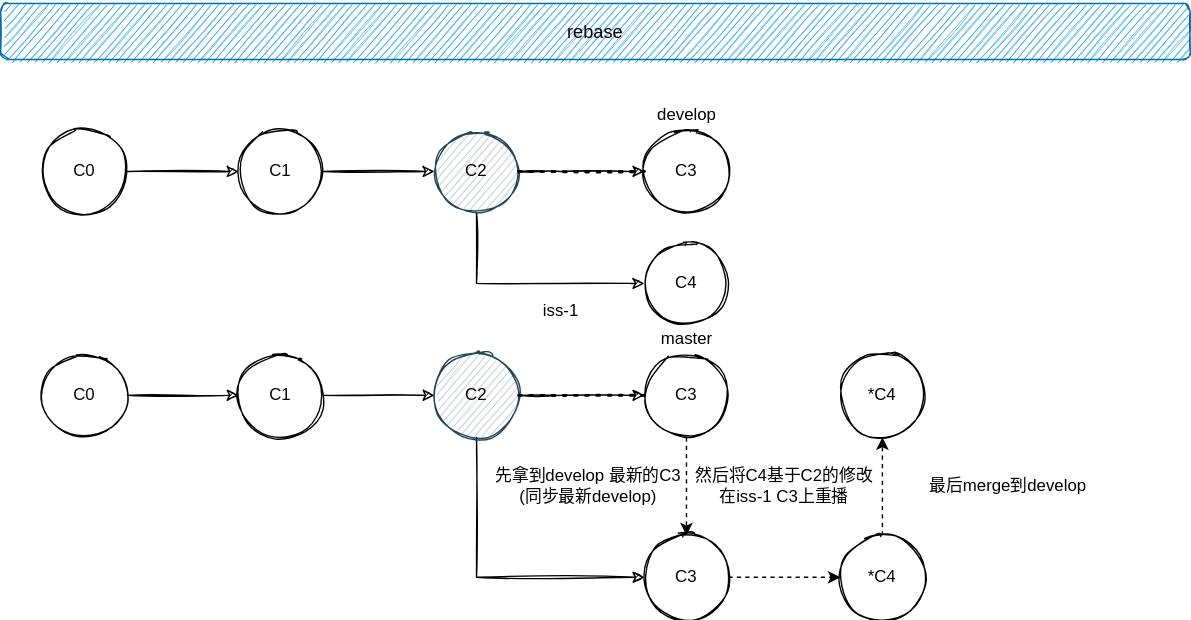
Before: 03-工作环境/images/rebase.svg, a diagram exported from draw.io (cd-home/Root). Source tidied: cells renumbered, new cells last; positions are measured from the earlier drawing's top-left corner, leaving out a move shared by most shapes. Its diagram source:
```xml
<mxGraphModel>
  <root>
    <mxCell id="0" />
    <mxCell id="1" parent="0" />
    <mxCell id="2" value="&lt;h3&gt;&lt;font style=&quot;font-size: 13px; font-weight: normal;&quot; color=&quot;#050001&quot;&gt;rebase&lt;/font&gt;&lt;/h3&gt;" style="rounded=1;whiteSpace=wrap;html=1;fillColor=#1ba1e2;strokeColor=#006EAF;fontColor=#ffffff;sketch=1;" parent="1" vertex="1">
      <mxGeometry width="850" height="40" as="geometry" />
    </mxCell>
    <mxCell id="3" style="edgeStyle=orthogonalEdgeStyle;rounded=0;jettySize=auto;html=1;sketch=1;" parent="1" edge="1" source="4" target="6">
      <mxGeometry relative="1" as="geometry" />
    </mxCell>
    <mxCell id="4" value="C0" style="ellipse;whiteSpace=wrap;html=1;fillColor=#FFFFFF;sketch=1;" parent="1" vertex="1">
      <mxGeometry x="30" y="90" width="60" height="60" as="geometry" />
    </mxCell>
    <mxCell id="5" style="edgeStyle=orthogonalEdgeStyle;rounded=0;jettySize=auto;html=1;sketch=1;" parent="1" edge="1" source="6" target="9">
      <mxGeometry relative="1" as="geometry" />
    </mxCell>
    <mxCell id="6" value="C1" style="ellipse;whiteSpace=wrap;html=1;fillColor=#FFFFFF;sketch=1;" parent="1" vertex="1">
      <mxGeometry x="170" y="90" width="60" height="60" as="geometry" />
    </mxCell>
    <mxCell id="7" style="edgeStyle=orthogonalEdgeStyle;rounded=0;jettySize=auto;html=1;exitX=0.5;exitY=1;exitDx=0;exitDy=0;entryX=0;entryY=0.5;entryDx=0;entryDy=0;sketch=1;" parent="1" edge="1" source="9" target="10">
      <mxGeometry relative="1" as="geometry">
        <Array as="points">
          <mxPoint x="340" y="200" />
          <mxPoint x="450" y="200" />
        </Array>
      </mxGeometry>
    </mxCell>
    <mxCell id="8" style="edgeStyle=orthogonalEdgeStyle;rounded=0;jettySize=auto;html=1;entryX=0;entryY=0.5;entryDx=0;entryDy=0;sketch=1;" parent="1" edge="1" source="9" target="13">
      <mxGeometry relative="1" as="geometry">
        <Array as="points">
          <mxPoint x="400" y="120" />
          <mxPoint x="400" y="120" />
        </Array>
      </mxGeometry>
    </mxCell>
    <mxCell id="9" value="C2" style="ellipse;whiteSpace=wrap;html=1;fillColor=#bac8d3;strokeColor=#23445d;sketch=1;" parent="1" vertex="1">
      <mxGeometry x="310" y="90" width="60" height="60" as="geometry" />
    </mxCell>
    <mxCell id="10" value="C4" style="ellipse;whiteSpace=wrap;html=1;fillColor=#FFFFFF;sketch=1;" parent="1" vertex="1">
      <mxGeometry x="460" y="170" width="60" height="60" as="geometry" />
    </mxCell>
    <mxCell id="11" value="iss-1" style="text;html=1;align=center;verticalAlign=middle;strokeColor=none;sketch=1;" parent="1" vertex="1">
      <mxGeometry x="380" y="210" width="40" height="20" as="geometry" />
    </mxCell>
    <mxCell id="12" value="develop" style="text;html=1;align=center;verticalAlign=middle;strokeColor=none;sketch=1;" parent="1" vertex="1">
      <mxGeometry x="460" y="70" width="60" height="20" as="geometry" />
    </mxCell>
    <mxCell id="13" value="C3" style="ellipse;whiteSpace=wrap;html=1;fillColor=#FFFFFF;sketch=1;" parent="1" vertex="1">
      <mxGeometry x="460" y="90" width="60" height="60" as="geometry" />
    </mxCell>
    <mxCell id="14" style="endArrow=none;dashed=1;html=1;dashPattern=1 3;strokeWidth=2;exitX=1;exitY=0.5;exitDx=0;exitDy=0;sketch=1;" parent="1" edge="1" source="9" target="13">
      <mxGeometry relative="1" as="geometry" />
    </mxCell>
    <mxCell id="15" style="edgeStyle=orthogonalEdgeStyle;rounded=0;jettySize=auto;html=1;sketch=1;" parent="1" edge="1" source="16" target="18">
      <mxGeometry relative="1" as="geometry" />
    </mxCell>
    <mxCell id="16" value="C0" style="ellipse;whiteSpace=wrap;html=1;fillColor=#FFFFFF;sketch=1;" parent="1" vertex="1">
      <mxGeometry x="30" y="250" width="60" height="60" as="geometry" />
    </mxCell>
    <mxCell id="17" style="edgeStyle=orthogonalEdgeStyle;rounded=0;jettySize=auto;html=1;sketch=1;" parent="1" edge="1" source="18" target="21">
      <mxGeometry relative="1" as="geometry" />
    </mxCell>
    <mxCell id="18" value="C1" style="ellipse;whiteSpace=wrap;html=1;fillColor=#FFFFFF;sketch=1;" parent="1" vertex="1">
      <mxGeometry x="170" y="250" width="60" height="60" as="geometry" />
    </mxCell>
    <mxCell id="19" style="edgeStyle=orthogonalEdgeStyle;rounded=0;jettySize=auto;html=1;exitX=0.5;exitY=1;exitDx=0;exitDy=0;entryX=0;entryY=0.5;entryDx=0;entryDy=0;sketch=1;" parent="1" edge="1" source="21" target="23">
      <mxGeometry relative="1" as="geometry">
        <Array as="points">
          <mxPoint x="340" y="410" />
        </Array>
      </mxGeometry>
    </mxCell>
    <mxCell id="20" style="edgeStyle=orthogonalEdgeStyle;rounded=0;jettySize=auto;html=1;entryX=0;entryY=0.5;entryDx=0;entryDy=0;sketch=1;" parent="1" edge="1" source="21" target="26">
      <mxGeometry relative="1" as="geometry">
        <Array as="points">
          <mxPoint x="400" y="280" />
          <mxPoint x="400" y="280" />
        </Array>
      </mxGeometry>
    </mxCell>
    <mxCell id="21" value="C2" style="ellipse;whiteSpace=wrap;html=1;fillColor=#bac8d3;strokeColor=#23445d;sketch=1;" parent="1" vertex="1">
      <mxGeometry x="310" y="250" width="60" height="60" as="geometry" />
    </mxCell>
    <mxCell id="22" style="edgeStyle=orthogonalEdgeStyle;rounded=0;jettySize=auto;html=1;dashed=1;" parent="1" edge="1" source="23" target="31">
      <mxGeometry relative="1" as="geometry" />
    </mxCell>
    <mxCell id="23" value="C3" style="ellipse;whiteSpace=wrap;html=1;fillColor=#FFFFFF;sketch=1;" parent="1" vertex="1">
      <mxGeometry x="460" y="380" width="60" height="60" as="geometry" />
    </mxCell>
    <mxCell id="24" value="master" style="text;html=1;align=center;verticalAlign=middle;strokeColor=none;sketch=1;" parent="1" vertex="1">
      <mxGeometry x="465" y="230" width="50" height="20" as="geometry" />
    </mxCell>
    <mxCell id="25" style="edgeStyle=orthogonalEdgeStyle;rounded=0;jettySize=auto;html=1;dashed=1;" parent="1" edge="1" source="26" target="23">
      <mxGeometry relative="1" as="geometry" />
    </mxCell>
    <mxCell id="26" value="C3" style="ellipse;whiteSpace=wrap;html=1;fillColor=#FFFFFF;sketch=1;" parent="1" vertex="1">
      <mxGeometry x="460" y="250" width="60" height="60" as="geometry" />
    </mxCell>
    <mxCell id="27" style="endArrow=none;dashed=1;html=1;dashPattern=1 3;strokeWidth=2;exitX=1;exitY=0.5;exitDx=0;exitDy=0;sketch=1;" parent="1" edge="1" source="21" target="26">
      <mxGeometry relative="1" as="geometry" />
    </mxCell>
    <mxCell id="28" value="先拿到develop 最新的C3&lt;br&gt;(同步最新develop)" style="text;html=1;strokeColor=none;fillColor=none;align=center;verticalAlign=middle;whiteSpace=wrap;rounded=0;" parent="1" vertex="1">
      <mxGeometry x="350" y="330" width="140" height="30" as="geometry" />
    </mxCell>
    <mxCell id="29" value="然后将C4基于C2的修改在iss-1 C3上重播" style="text;html=1;strokeColor=none;fillColor=none;align=center;verticalAlign=middle;whiteSpace=wrap;rounded=0;" parent="1" vertex="1">
      <mxGeometry x="490" y="330" width="140" height="30" as="geometry" />
    </mxCell>
    <mxCell id="30" style="edgeStyle=orthogonalEdgeStyle;rounded=0;jettySize=auto;html=1;dashed=1;" parent="1" edge="1" source="31" target="32">
      <mxGeometry relative="1" as="geometry" />
    </mxCell>
    <mxCell id="31" value="*C4" style="ellipse;whiteSpace=wrap;html=1;fillColor=#FFFFFF;sketch=1;" parent="1" vertex="1">
      <mxGeometry x="600" y="380" width="60" height="60" as="geometry" />
    </mxCell>
    <mxCell id="32" value="*C4" style="ellipse;whiteSpace=wrap;html=1;fillColor=#FFFFFF;sketch=1;" parent="1" vertex="1">
      <mxGeometry x="600" y="250" width="60" height="60" as="geometry" />
    </mxCell>
    <mxCell id="33" value="最后merge到develop" style="text;html=1;strokeColor=none;fillColor=none;align=center;verticalAlign=middle;whiteSpace=wrap;rounded=0;" parent="1" vertex="1">
      <mxGeometry x="650" y="330" width="140" height="30" as="geometry" />
    </mxCell>
  </root>
</mxGraphModel>
```
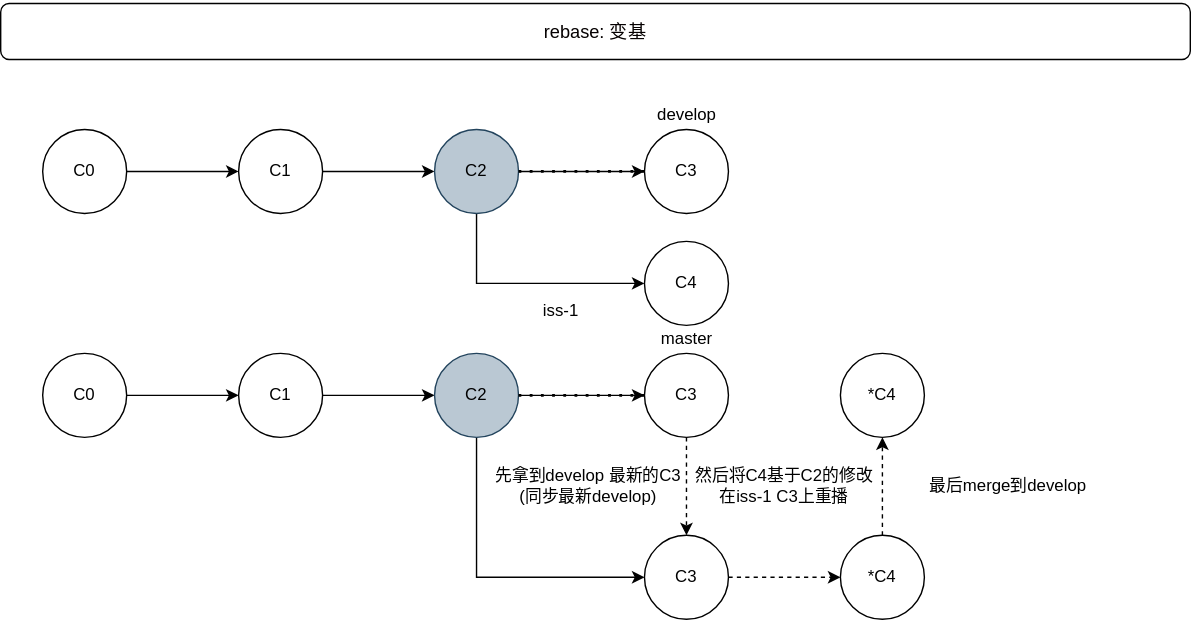
After the change.

Change to the diagram source:
```diff
@@ -2,22 +2,22 @@
   <root>
     <mxCell id="0" />
     <mxCell id="1" parent="0" />
-    <mxCell id="2" value="&lt;h3&gt;&lt;font style=&quot;font-size: 13px; font-weight: normal;&quot; color=&quot;#050001&quot;&gt;rebase&lt;/font&gt;&lt;/h3&gt;" style="rounded=1;whiteSpace=wrap;html=1;fillColor=#1ba1e2;strokeColor=#006EAF;fontColor=#ffffff;sketch=1;" parent="1" vertex="1">
+    <mxCell id="2" value="&lt;h3&gt;&lt;font style=&quot;font-size: 13px; font-weight: normal;&quot; color=&quot;#050001&quot;&gt;rebase: 变基&lt;/font&gt;&lt;/h3&gt;" style="rounded=1;whiteSpace=wrap;html=1;" parent="1" vertex="1">
       <mxGeometry width="850" height="40" as="geometry" />
     </mxCell>
-    <mxCell id="3" style="edgeStyle=orthogonalEdgeStyle;rounded=0;jettySize=auto;html=1;sketch=1;" parent="1" edge="1" source="4" target="6">
+    <mxCell id="3" style="edgeStyle=orthogonalEdgeStyle;rounded=0;jettySize=auto;html=1;" parent="1" edge="1" source="4" target="6">
       <mxGeometry relative="1" as="geometry" />
     </mxCell>
-    <mxCell id="4" value="C0" style="ellipse;whiteSpace=wrap;html=1;fillColor=#FFFFFF;sketch=1;" parent="1" vertex="1">
+    <mxCell id="4" value="C0" style="ellipse;whiteSpace=wrap;html=1;fillColor=#FFFFFF;" parent="1" vertex="1">
       <mxGeometry x="30" y="90" width="60" height="60" as="geometry" />
     </mxCell>
-    <mxCell id="5" style="edgeStyle=orthogonalEdgeStyle;rounded=0;jettySize=auto;html=1;sketch=1;" parent="1" edge="1" source="6" target="9">
+    <mxCell id="5" style="edgeStyle=orthogonalEdgeStyle;rounded=0;jettySize=auto;html=1;" parent="1" edge="1" source="6" target="9">
       <mxGeometry relative="1" as="geometry" />
     </mxCell>
-    <mxCell id="6" value="C1" style="ellipse;whiteSpace=wrap;html=1;fillColor=#FFFFFF;sketch=1;" parent="1" vertex="1">
+    <mxCell id="6" value="C1" style="ellipse;whiteSpace=wrap;html=1;fillColor=#FFFFFF;" parent="1" vertex="1">
       <mxGeometry x="170" y="90" width="60" height="60" as="geometry" />
     </mxCell>
-    <mxCell id="7" style="edgeStyle=orthogonalEdgeStyle;rounded=0;jettySize=auto;html=1;exitX=0.5;exitY=1;exitDx=0;exitDy=0;entryX=0;entryY=0.5;entryDx=0;entryDy=0;sketch=1;" parent="1" edge="1" source="9" target="10">
+    <mxCell id="7" style="edgeStyle=orthogonalEdgeStyle;rounded=0;jettySize=auto;html=1;exitX=0.5;exitY=1;exitDx=0;exitDy=0;entryX=0;entryY=0.5;entryDx=0;entryDy=0;" parent="1" edge="1" source="9" target="10">
       <mxGeometry relative="1" as="geometry">
         <Array as="points">
           <mxPoint x="340" y="200" />
@@ -25,7 +25,7 @@
         </Array>
       </mxGeometry>
     </mxCell>
-    <mxCell id="8" style="edgeStyle=orthogonalEdgeStyle;rounded=0;jettySize=auto;html=1;entryX=0;entryY=0.5;entryDx=0;entryDy=0;sketch=1;" parent="1" edge="1" source="9" target="13">
+    <mxCell id="8" style="edgeStyle=orthogonalEdgeStyle;rounded=0;jettySize=auto;html=1;entryX=0;entryY=0.5;entryDx=0;entryDy=0;" parent="1" edge="1" source="9" target="13">
       <mxGeometry relative="1" as="geometry">
         <Array as="points">
           <mxPoint x="400" y="120" />
@@ -33,44 +33,44 @@
         </Array>
       </mxGeometry>
     </mxCell>
-    <mxCell id="9" value="C2" style="ellipse;whiteSpace=wrap;html=1;fillColor=#bac8d3;strokeColor=#23445d;sketch=1;" parent="1" vertex="1">
+    <mxCell id="9" value="C2" style="ellipse;whiteSpace=wrap;html=1;fillColor=#bac8d3;strokeColor=#23445d;" parent="1" vertex="1">
       <mxGeometry x="310" y="90" width="60" height="60" as="geometry" />
     </mxCell>
-    <mxCell id="10" value="C4" style="ellipse;whiteSpace=wrap;html=1;fillColor=#FFFFFF;sketch=1;" parent="1" vertex="1">
+    <mxCell id="10" value="C4" style="ellipse;whiteSpace=wrap;html=1;fillColor=#FFFFFF;" parent="1" vertex="1">
       <mxGeometry x="460" y="170" width="60" height="60" as="geometry" />
     </mxCell>
-    <mxCell id="11" value="iss-1" style="text;html=1;align=center;verticalAlign=middle;strokeColor=none;sketch=1;" parent="1" vertex="1">
+    <mxCell id="11" value="iss-1" style="text;html=1;align=center;verticalAlign=middle;strokeColor=none;" parent="1" vertex="1">
       <mxGeometry x="380" y="210" width="40" height="20" as="geometry" />
     </mxCell>
-    <mxCell id="12" value="develop" style="text;html=1;align=center;verticalAlign=middle;strokeColor=none;sketch=1;" parent="1" vertex="1">
+    <mxCell id="12" value="develop" style="text;html=1;align=center;verticalAlign=middle;strokeColor=none;" parent="1" vertex="1">
       <mxGeometry x="460" y="70" width="60" height="20" as="geometry" />
     </mxCell>
-    <mxCell id="13" value="C3" style="ellipse;whiteSpace=wrap;html=1;fillColor=#FFFFFF;sketch=1;" parent="1" vertex="1">
+    <mxCell id="13" value="C3" style="ellipse;whiteSpace=wrap;html=1;fillColor=#FFFFFF;" parent="1" vertex="1">
       <mxGeometry x="460" y="90" width="60" height="60" as="geometry" />
     </mxCell>
-    <mxCell id="14" style="endArrow=none;dashed=1;html=1;dashPattern=1 3;strokeWidth=2;exitX=1;exitY=0.5;exitDx=0;exitDy=0;sketch=1;" parent="1" edge="1" source="9" target="13">
+    <mxCell id="14" style="endArrow=none;dashed=1;html=1;dashPattern=1 3;strokeWidth=2;exitX=1;exitY=0.5;exitDx=0;exitDy=0;" parent="1" edge="1" source="9" target="13">
       <mxGeometry relative="1" as="geometry" />
     </mxCell>
-    <mxCell id="15" style="edgeStyle=orthogonalEdgeStyle;rounded=0;jettySize=auto;html=1;sketch=1;" parent="1" edge="1" source="16" target="18">
+    <mxCell id="15" style="edgeStyle=orthogonalEdgeStyle;rounded=0;jettySize=auto;html=1;" parent="1" edge="1" source="16" target="18">
       <mxGeometry relative="1" as="geometry" />
     </mxCell>
-    <mxCell id="16" value="C0" style="ellipse;whiteSpace=wrap;html=1;fillColor=#FFFFFF;sketch=1;" parent="1" vertex="1">
+    <mxCell id="16" value="C0" style="ellipse;whiteSpace=wrap;html=1;fillColor=#FFFFFF;" parent="1" vertex="1">
       <mxGeometry x="30" y="250" width="60" height="60" as="geometry" />
     </mxCell>
-    <mxCell id="17" style="edgeStyle=orthogonalEdgeStyle;rounded=0;jettySize=auto;html=1;sketch=1;" parent="1" edge="1" source="18" target="21">
+    <mxCell id="17" style="edgeStyle=orthogonalEdgeStyle;rounded=0;jettySize=auto;html=1;" parent="1" edge="1" source="18" target="21">
       <mxGeometry relative="1" as="geometry" />
     </mxCell>
-    <mxCell id="18" value="C1" style="ellipse;whiteSpace=wrap;html=1;fillColor=#FFFFFF;sketch=1;" parent="1" vertex="1">
+    <mxCell id="18" value="C1" style="ellipse;whiteSpace=wrap;html=1;fillColor=#FFFFFF;" parent="1" vertex="1">
       <mxGeometry x="170" y="250" width="60" height="60" as="geometry" />
     </mxCell>
-    <mxCell id="19" style="edgeStyle=orthogonalEdgeStyle;rounded=0;jettySize=auto;html=1;exitX=0.5;exitY=1;exitDx=0;exitDy=0;entryX=0;entryY=0.5;entryDx=0;entryDy=0;sketch=1;" parent="1" edge="1" source="21" target="23">
+    <mxCell id="19" style="edgeStyle=orthogonalEdgeStyle;rounded=0;jettySize=auto;html=1;exitX=0.5;exitY=1;exitDx=0;exitDy=0;entryX=0;entryY=0.5;entryDx=0;entryDy=0;" parent="1" edge="1" source="21" target="23">
       <mxGeometry relative="1" as="geometry">
         <Array as="points">
           <mxPoint x="340" y="410" />
         </Array>
       </mxGeometry>
     </mxCell>
-    <mxCell id="20" style="edgeStyle=orthogonalEdgeStyle;rounded=0;jettySize=auto;html=1;entryX=0;entryY=0.5;entryDx=0;entryDy=0;sketch=1;" parent="1" edge="1" source="21" target="26">
+    <mxCell id="20" style="edgeStyle=orthogonalEdgeStyle;rounded=0;jettySize=auto;html=1;entryX=0;entryY=0.5;entryDx=0;entryDy=0;" parent="1" edge="1" source="21" target="26">
       <mxGeometry relative="1" as="geometry">
         <Array as="points">
           <mxPoint x="400" y="280" />
@@ -78,25 +78,25 @@
         </Array>
       </mxGeometry>
     </mxCell>
-    <mxCell id="21" value="C2" style="ellipse;whiteSpace=wrap;html=1;fillColor=#bac8d3;strokeColor=#23445d;sketch=1;" parent="1" vertex="1">
+    <mxCell id="21" value="C2" style="ellipse;whiteSpace=wrap;html=1;fillColor=#bac8d3;strokeColor=#23445d;" parent="1" vertex="1">
       <mxGeometry x="310" y="250" width="60" height="60" as="geometry" />
     </mxCell>
     <mxCell id="22" style="edgeStyle=orthogonalEdgeStyle;rounded=0;jettySize=auto;html=1;dashed=1;" parent="1" edge="1" source="23" target="31">
       <mxGeometry relative="1" as="geometry" />
     </mxCell>
-    <mxCell id="23" value="C3" style="ellipse;whiteSpace=wrap;html=1;fillColor=#FFFFFF;sketch=1;" parent="1" vertex="1">
+    <mxCell id="23" value="C3" style="ellipse;whiteSpace=wrap;html=1;fillColor=#FFFFFF;" parent="1" vertex="1">
       <mxGeometry x="460" y="380" width="60" height="60" as="geometry" />
     </mxCell>
-    <mxCell id="24" value="master" style="text;html=1;align=center;verticalAlign=middle;strokeColor=none;sketch=1;" parent="1" vertex="1">
+    <mxCell id="24" value="master" style="text;html=1;align=center;verticalAlign=middle;strokeColor=none;" parent="1" vertex="1">
       <mxGeometry x="465" y="230" width="50" height="20" as="geometry" />
     </mxCell>
     <mxCell id="25" style="edgeStyle=orthogonalEdgeStyle;rounded=0;jettySize=auto;html=1;dashed=1;" parent="1" edge="1" source="26" target="23">
       <mxGeometry relative="1" as="geometry" />
     </mxCell>
-    <mxCell id="26" value="C3" style="ellipse;whiteSpace=wrap;html=1;fillColor=#FFFFFF;sketch=1;" parent="1" vertex="1">
+    <mxCell id="26" value="C3" style="ellipse;whiteSpace=wrap;html=1;fillColor=#FFFFFF;" parent="1" vertex="1">
       <mxGeometry x="460" y="250" width="60" height="60" as="geometry" />
     </mxCell>
-    <mxCell id="27" style="endArrow=none;dashed=1;html=1;dashPattern=1 3;strokeWidth=2;exitX=1;exitY=0.5;exitDx=0;exitDy=0;sketch=1;" parent="1" edge="1" source="21" target="26">
+    <mxCell id="27" style="endArrow=none;dashed=1;html=1;dashPattern=1 3;strokeWidth=2;exitX=1;exitY=0.5;exitDx=0;exitDy=0;" parent="1" edge="1" source="21" target="26">
       <mxGeometry relative="1" as="geometry" />
     </mxCell>
     <mxCell id="28" value="先拿到develop 最新的C3&lt;br&gt;(同步最新develop)" style="text;html=1;strokeColor=none;fillColor=none;align=center;verticalAlign=middle;whiteSpace=wrap;rounded=0;" parent="1" vertex="1">
@@ -108,10 +108,10 @@
     <mxCell id="30" style="edgeStyle=orthogonalEdgeStyle;rounded=0;jettySize=auto;html=1;dashed=1;" parent="1" edge="1" source="31" target="32">
       <mxGeometry relative="1" as="geometry" />
     </mxCell>
-    <mxCell id="31" value="*C4" style="ellipse;whiteSpace=wrap;html=1;fillColor=#FFFFFF;sketch=1;" parent="1" vertex="1">
+    <mxCell id="31" value="*C4" style="ellipse;whiteSpace=wrap;html=1;fillColor=#FFFFFF;" parent="1" vertex="1">
       <mxGeometry x="600" y="380" width="60" height="60" as="geometry" />
     </mxCell>
-    <mxCell id="32" value="*C4" style="ellipse;whiteSpace=wrap;html=1;fillColor=#FFFFFF;sketch=1;" parent="1" vertex="1">
+    <mxCell id="32" value="*C4" style="ellipse;whiteSpace=wrap;html=1;fillColor=#FFFFFF;" parent="1" vertex="1">
       <mxGeometry x="600" y="250" width="60" height="60" as="geometry" />
     </mxCell>
     <mxCell id="33" value="最后merge到develop" style="text;html=1;strokeColor=none;fillColor=none;align=center;verticalAlign=middle;whiteSpace=wrap;rounded=0;" parent="1" vertex="1">
```
